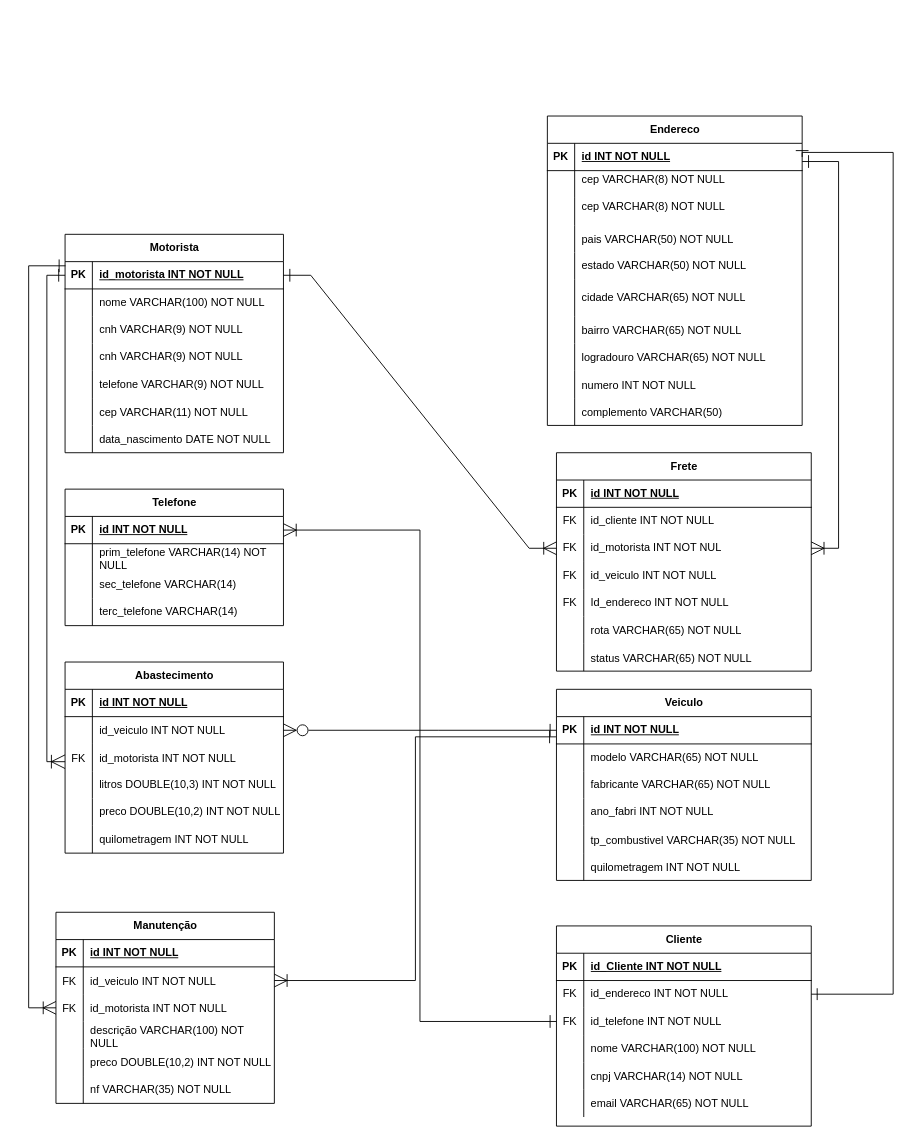
This is der (1).drawio from MariaEduarda94/Projeto-Extens-o, a draw.io file, before an edit. Source tidied: cells renumbered, new cells numbered last; positions are measured from the earlier drawing's top-left corner, leaving out a move shared by most shapes. Both pictures are drawn from the tidied source at 91%, with x=0, y=0 at pixel (46, 116).
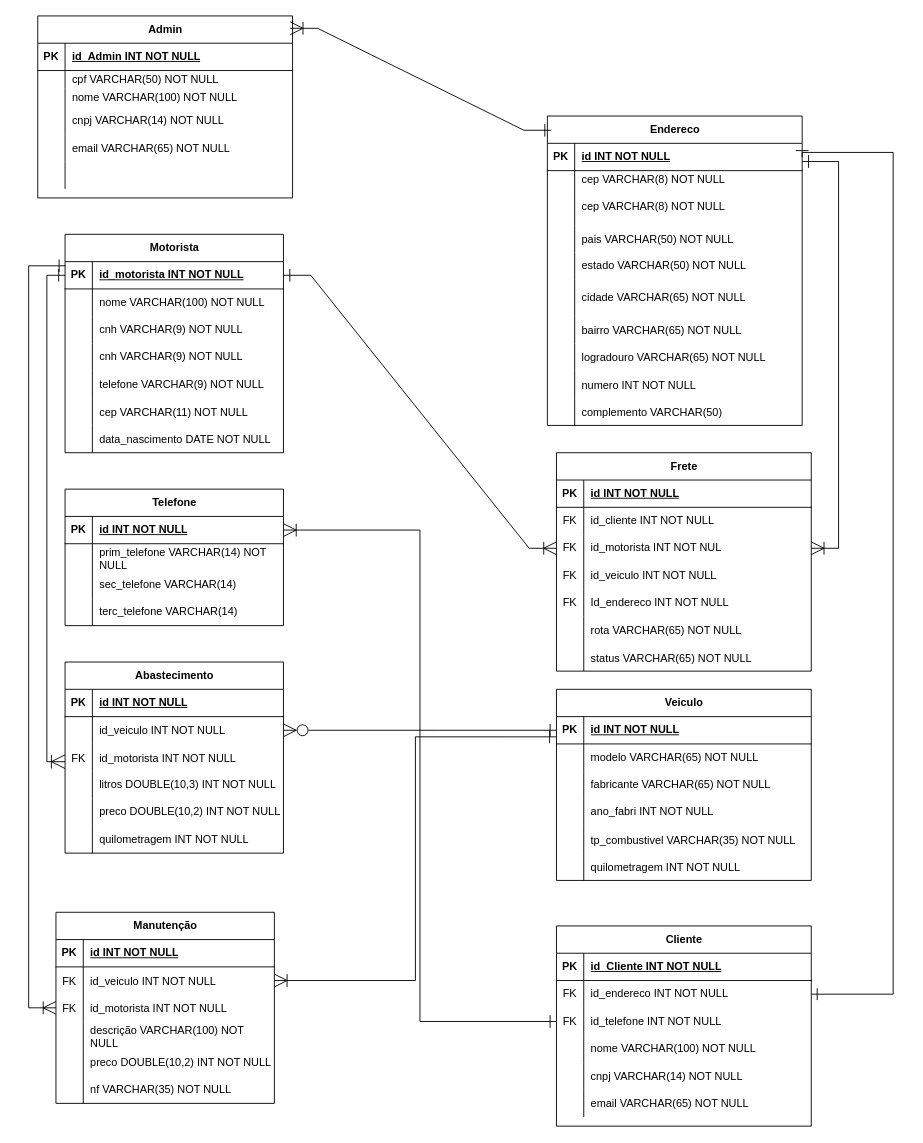
The same diagram, later.

The change refers to these unchanged cells:
```xml
<mxCell id="44" value="Endereco" style="shape=table;startSize=30;childLayout=tableLayout;rowLines=0;fontStyle=1;align=center;html=1;" parent="1" vertex="1">
  <mxGeometry x="550" width="280" height="340" as="geometry" />
</mxCell>
```

The edit, as a diff of the source:
```diff
@@
+    <mxCell id="177" value="Admin" style="shape=table;startSize=30;childLayout=tableLayout;rowLines=0;fontStyle=1;align=center;html=1;" parent="1" vertex="1">
+      <mxGeometry x="-10" y="-110" width="280" height="200" as="geometry" />
+    </mxCell>
+    <mxCell id="178" style="shape=tableRow;horizontal=0;startSize=0;swimlaneHead=0;swimlaneBody=0;fillColor=none;top=0;left=0;right=0;bottom=1;" parent="177" vertex="1">
+      <mxGeometry y="30" width="280" height="30" as="geometry" />
+    </mxCell>
+    <mxCell id="179" value="PK" style="shape=partialRectangle;fillColor=none;top=0;left=0;bottom=0;right=0;fontStyle=1;overflow=hidden;whiteSpace=wrap;html=1;" parent="178" vertex="1">
+      <mxGeometry width="30" height="30" as="geometry" />
+    </mxCell>
+    <mxCell id="180" value="id_Admin INT NOT NULL" style="shape=partialRectangle;fillColor=none;top=0;left=0;bottom=0;right=0;align=left;spacingLeft=6;fontStyle=5;overflow=hidden;whiteSpace=wrap;html=1;" parent="178" vertex="1">
+      <mxGeometry x="30" width="250" height="30" as="geometry" />
+    </mxCell>
+    <mxCell id="181" style="shape=tableRow;horizontal=0;startSize=0;swimlaneHead=0;swimlaneBody=0;fillColor=none;top=0;left=0;right=0;bottom=0;" parent="177" vertex="1">
+      <mxGeometry y="60" width="280" height="20" as="geometry" />
+    </mxCell>
+    <mxCell id="182" style="shape=partialRectangle;fillColor=none;top=0;left=0;bottom=0;right=0;fontStyle=0;overflow=hidden;whiteSpace=wrap;html=1;" parent="181" vertex="1">
+      <mxGeometry width="30" height="20" as="geometry" />
+    </mxCell>
+    <mxCell id="183" value="cpf VARCHAR(50) NOT NULL" style="shape=partialRectangle;fillColor=none;top=0;left=0;bottom=0;right=0;align=left;spacingLeft=6;fontStyle=0;overflow=hidden;whiteSpace=wrap;html=1;" parent="181" vertex="1">
+      <mxGeometry x="30" width="250" height="20" as="geometry" />
+    </mxCell>
+    <mxCell id="184" style="shape=tableRow;horizontal=0;startSize=0;swimlaneHead=0;swimlaneBody=0;fillColor=none;top=0;left=0;right=0;bottom=0;" parent="177" vertex="1">
+      <mxGeometry y="80" width="280" height="20" as="geometry" />
+    </mxCell>
+    <mxCell id="185" style="shape=partialRectangle;fillColor=none;top=0;left=0;bottom=0;right=0;fontStyle=0;overflow=hidden;whiteSpace=wrap;html=1;" parent="184" vertex="1">
+      <mxGeometry width="30" height="20" as="geometry" />
+    </mxCell>
+    <mxCell id="186" value="nome VARCHAR(100) NOT NULL" style="shape=partialRectangle;fillColor=none;top=0;left=0;bottom=0;right=0;align=left;spacingLeft=6;fontStyle=0;overflow=hidden;whiteSpace=wrap;html=1;gradientColor=none;" parent="184" vertex="1">
+      <mxGeometry x="30" width="250" height="20" as="geometry" />
+    </mxCell>
+    <mxCell id="187" style="shape=tableRow;horizontal=0;startSize=0;swimlaneHead=0;swimlaneBody=0;fillColor=none;top=0;left=0;right=0;bottom=0;" parent="177" vertex="1">
+      <mxGeometry y="100" width="280" height="30" as="geometry" />
+    </mxCell>
+    <mxCell id="188" style="shape=partialRectangle;fillColor=none;top=0;left=0;bottom=0;right=0;overflow=hidden;whiteSpace=wrap;html=1;" parent="187" vertex="1">
+      <mxGeometry width="30" height="30" as="geometry" />
+    </mxCell>
+    <mxCell id="189" value="cnpj VARCHAR(14) NOT NULL" style="shape=partialRectangle;fillColor=none;top=0;left=0;bottom=0;right=0;align=left;spacingLeft=6;overflow=hidden;whiteSpace=wrap;html=1;" parent="187" vertex="1">
+      <mxGeometry x="30" width="250" height="30" as="geometry" />
+    </mxCell>
+    <mxCell id="190" style="shape=tableRow;horizontal=0;startSize=0;swimlaneHead=0;swimlaneBody=0;fillColor=none;top=0;left=0;right=0;bottom=0;" parent="177" vertex="1">
+      <mxGeometry y="130" width="280" height="30" as="geometry" />
+    </mxCell>
+    <mxCell id="191" style="shape=partialRectangle;fillColor=none;top=0;left=0;bottom=0;right=0;overflow=hidden;" parent="190" vertex="1">
+      <mxGeometry width="30" height="30" as="geometry" />
+    </mxCell>
+    <mxCell id="192" value="email VARCHAR(65) NOT NULL" style="shape=partialRectangle;fillColor=none;top=0;left=0;bottom=0;right=0;align=left;spacingLeft=6;overflow=hidden;" parent="190" vertex="1">
+      <mxGeometry x="30" width="250" height="30" as="geometry" />
+    </mxCell>
+    <mxCell id="193" style="shape=tableRow;horizontal=0;startSize=0;swimlaneHead=0;swimlaneBody=0;fillColor=none;top=0;left=0;right=0;bottom=0;" parent="177" vertex="1">
+      <mxGeometry y="160" width="280" height="30" as="geometry" />
+    </mxCell>
+    <mxCell id="194" style="shape=partialRectangle;fillColor=none;top=0;left=0;bottom=0;right=0;overflow=hidden;" parent="193" vertex="1">
+      <mxGeometry width="30" height="30" as="geometry" />
+    </mxCell>
+    <mxCell id="195" style="shape=partialRectangle;fillColor=none;top=0;left=0;bottom=0;right=0;align=left;spacingLeft=6;overflow=hidden;" parent="193" vertex="1">
+      <mxGeometry x="30" width="250" height="30" as="geometry" />
+    </mxCell>
+    <mxCell id="196" style="edgeStyle=entityRelationEdgeStyle;fontSize=12;html=1;endArrow=ERoneToMany;rounded=0;entryX=0.991;entryY=0.068;entryDx=0;entryDy=0;startArrow=ERone;startFill=0;endSize=12;startSize=12;entryPerimeter=0;exitX=0.015;exitY=0.046;exitDx=0;exitDy=0;exitPerimeter=0;" parent="1" edge="1" source="44" target="177">
+      <mxGeometry relative="1" as="geometry">
+        <Array as="points">
+          <mxPoint x="440" />
+          <mxPoint x="410" y="-10" />
+          <mxPoint x="410" y="-50" />
+        </Array>
+      </mxGeometry>
+    </mxCell>
```
